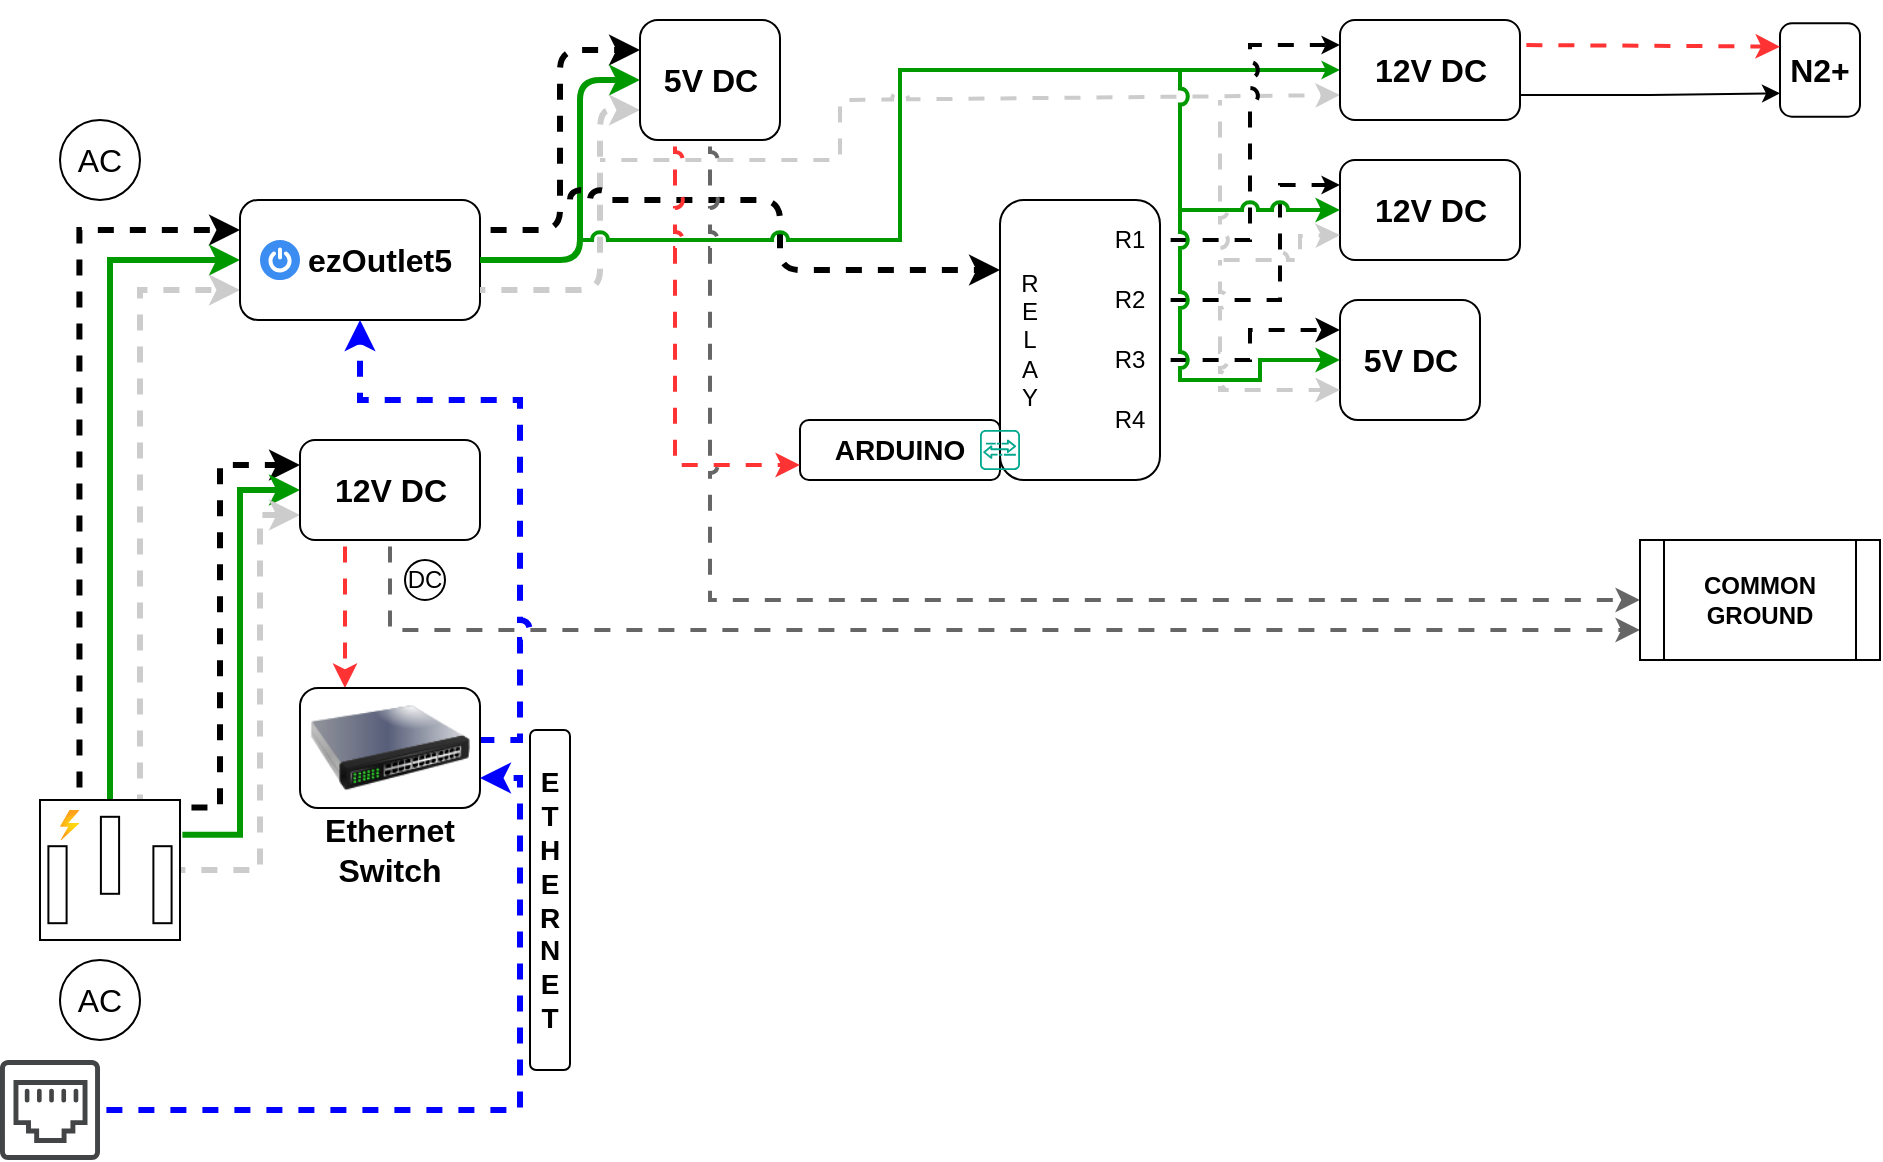
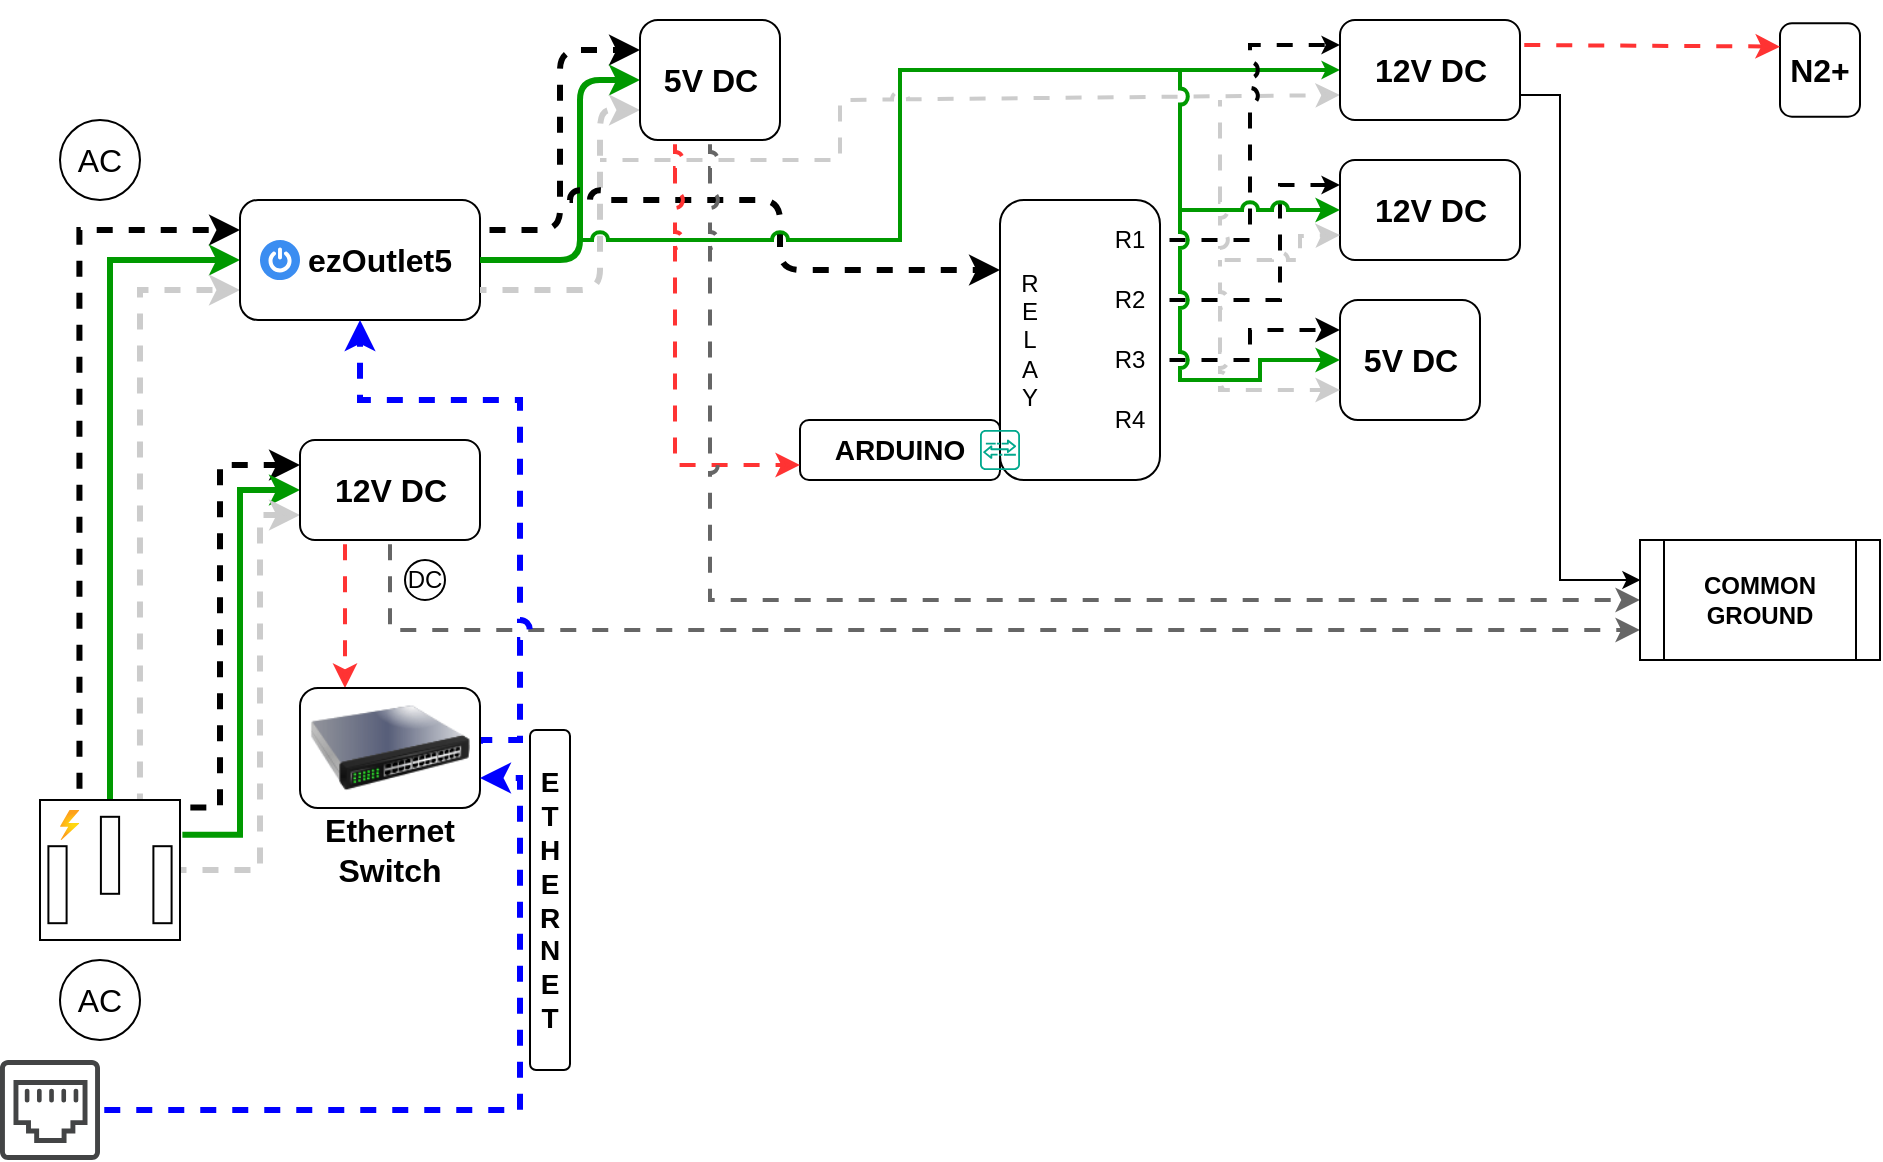
<mxfile host="app.diagrams.net" agent="Mozilla/5.0 (Windows NT 10.0; Win64; x64) AppleWebKit/537.36 (KHTML, like Gecko) Chrome/131.0.0.0 Safari/537.36 Edg/131.0.0.0" version="25.0.3">
  <diagram name="Page-1" id="VlRkN-xOVygPYa-iD9Ir">
-     <mxGraphModel dx="724" dy="454" grid="1" gridSize="10" guides="1" tooltips="1" connect="1" arrows="1" fold="1" page="1" pageScale="1" pageWidth="1600" pageHeight="900" background="none" math="0" shadow="0">
+     <mxGraphModel dx="241" dy="151" grid="1" gridSize="10" guides="1" tooltips="1" connect="1" arrows="1" fold="1" page="1" pageScale="1" pageWidth="1600" pageHeight="900" background="none" math="0" shadow="0">
      <root>
        <mxCell id="0" />
        <mxCell id="1" parent="0" />
        <mxCell id="JVLtuT8sySUBbFbLTn6r-3" style="edgeStyle=orthogonalEdgeStyle;rounded=0;orthogonalLoop=1;jettySize=auto;html=1;entryX=0;entryY=0.25;entryDx=0;entryDy=0;exitX=0.282;exitY=-0.013;exitDx=0;exitDy=0;exitPerimeter=0;strokeWidth=3;flowAnimation=1;flowAnimationDirection=alternate;flowAnimationTimingFunction=ease-in-out;flowAnimationDuration=1500;jumpStyle=arc;" parent="1" source="pD8juBFKP1GN8B8eYQTb-1" target="pD8juBFKP1GN8B8eYQTb-3" edge="1">
          <mxGeometry relative="1" as="geometry" />
        </mxCell>
        <mxCell id="JVLtuT8sySUBbFbLTn6r-4" style="edgeStyle=orthogonalEdgeStyle;rounded=0;orthogonalLoop=1;jettySize=auto;html=1;exitX=0.5;exitY=0;exitDx=0;exitDy=0;exitPerimeter=0;entryX=0;entryY=0.5;entryDx=0;entryDy=0;strokeColor=#009900;strokeWidth=3;jumpStyle=arc;" parent="1" source="pD8juBFKP1GN8B8eYQTb-1" target="pD8juBFKP1GN8B8eYQTb-3" edge="1">
          <mxGeometry relative="1" as="geometry" />
        </mxCell>
        <mxCell id="JVLtuT8sySUBbFbLTn6r-5" style="edgeStyle=orthogonalEdgeStyle;rounded=0;orthogonalLoop=1;jettySize=auto;html=1;entryX=0;entryY=0.75;entryDx=0;entryDy=0;exitX=0.714;exitY=0;exitDx=0;exitDy=0;exitPerimeter=0;strokeWidth=3;strokeColor=#CCCCCC;flowAnimation=1;flowAnimationDirection=alternate-reverse;flowAnimationTimingFunction=ease-in-out;flowAnimationDuration=1500;jumpStyle=arc;" parent="1" source="pD8juBFKP1GN8B8eYQTb-1" target="pD8juBFKP1GN8B8eYQTb-3" edge="1">
          <mxGeometry relative="1" as="geometry">
            <mxPoint x="120" y="320" as="targetPoint" />
          </mxGeometry>
        </mxCell>
        <mxCell id="JVLtuT8sySUBbFbLTn6r-6" style="edgeStyle=orthogonalEdgeStyle;rounded=0;orthogonalLoop=1;jettySize=auto;html=1;entryX=0;entryY=0.25;entryDx=0;entryDy=0;exitX=1.006;exitY=0.054;exitDx=0;exitDy=0;exitPerimeter=0;strokeWidth=3;flowAnimation=1;flowAnimationDirection=alternate;flowAnimationTimingFunction=ease-in-out;flowAnimationDuration=1500;jumpStyle=arc;" parent="1" source="pD8juBFKP1GN8B8eYQTb-1" target="pD8juBFKP1GN8B8eYQTb-24" edge="1">
          <mxGeometry relative="1" as="geometry">
            <Array as="points">
              <mxPoint x="120" y="404" />
              <mxPoint x="120" y="233" />
            </Array>
          </mxGeometry>
        </mxCell>
        <mxCell id="JVLtuT8sySUBbFbLTn6r-7" style="edgeStyle=orthogonalEdgeStyle;rounded=0;orthogonalLoop=1;jettySize=auto;html=1;entryX=0;entryY=0.5;entryDx=0;entryDy=0;exitX=1.017;exitY=0.249;exitDx=0;exitDy=0;exitPerimeter=0;strokeWidth=3;strokeColor=#009900;jumpStyle=arc;" parent="1" source="pD8juBFKP1GN8B8eYQTb-1" target="pD8juBFKP1GN8B8eYQTb-24" edge="1">
          <mxGeometry relative="1" as="geometry" />
        </mxCell>
        <mxCell id="JVLtuT8sySUBbFbLTn6r-8" style="edgeStyle=orthogonalEdgeStyle;rounded=0;orthogonalLoop=1;jettySize=auto;html=1;entryX=0;entryY=0.75;entryDx=0;entryDy=0;strokeColor=#CCCCCC;strokeWidth=3;flowAnimation=1;flowAnimationDirection=alternate-reverse;flowAnimationTimingFunction=ease-in-out;flowAnimationDuration=1500;jumpStyle=arc;" parent="1" source="pD8juBFKP1GN8B8eYQTb-1" target="pD8juBFKP1GN8B8eYQTb-24" edge="1">
          <mxGeometry relative="1" as="geometry">
            <Array as="points">
              <mxPoint x="140" y="435" />
              <mxPoint x="140" y="258" />
            </Array>
          </mxGeometry>
        </mxCell>
        <mxCell id="JVLtuT8sySUBbFbLTn6r-1" value="" style="group" parent="1" vertex="1" connectable="0">
          <mxGeometry x="30" y="480" width="60" height="40" as="geometry" />
        </mxCell>
        <mxCell id="pD8juBFKP1GN8B8eYQTb-22" value="AC" style="text;html=1;align=center;verticalAlign=middle;whiteSpace=wrap;rounded=0;fontSize=16;" parent="JVLtuT8sySUBbFbLTn6r-1" vertex="1">
          <mxGeometry y="5" width="60" height="30" as="geometry" />
        </mxCell>
        <mxCell id="pD8juBFKP1GN8B8eYQTb-23" value="" style="ellipse;whiteSpace=wrap;html=1;fillColor=none;" parent="JVLtuT8sySUBbFbLTn6r-1" vertex="1">
          <mxGeometry x="10" width="40" height="40" as="geometry" />
        </mxCell>
        <mxCell id="JVLtuT8sySUBbFbLTn6r-2" value="" style="group" parent="1" vertex="1" connectable="0">
          <mxGeometry x="30" y="60" width="60" height="40" as="geometry" />
        </mxCell>
        <mxCell id="pD8juBFKP1GN8B8eYQTb-9" value="" style="ellipse;whiteSpace=wrap;html=1;fillColor=none;" parent="JVLtuT8sySUBbFbLTn6r-2" vertex="1">
          <mxGeometry x="10" width="40" height="40" as="geometry" />
        </mxCell>
        <mxCell id="pD8juBFKP1GN8B8eYQTb-11" value="AC" style="text;html=1;align=center;verticalAlign=middle;whiteSpace=wrap;rounded=0;fontSize=16;" parent="JVLtuT8sySUBbFbLTn6r-2" vertex="1">
          <mxGeometry y="5" width="60" height="30" as="geometry" />
        </mxCell>
        <mxCell id="JVLtuT8sySUBbFbLTn6r-9" value="" style="group" parent="1" vertex="1" connectable="0">
          <mxGeometry x="130" y="100" width="120" height="60" as="geometry" />
        </mxCell>
        <mxCell id="JVLtuT8sySUBbFbLTn6r-16" value="" style="group" parent="JVLtuT8sySUBbFbLTn6r-9" vertex="1" connectable="0">
          <mxGeometry width="120" height="60" as="geometry" />
        </mxCell>
        <mxCell id="pD8juBFKP1GN8B8eYQTb-3" value="" style="rounded=1;whiteSpace=wrap;html=1;" parent="JVLtuT8sySUBbFbLTn6r-16" vertex="1">
          <mxGeometry width="120" height="60" as="geometry" />
        </mxCell>
        <mxCell id="JVLtuT8sySUBbFbLTn6r-13" value="" style="sketch=0;html=1;aspect=fixed;strokeColor=none;shadow=0;fillColor=#3B8DF1;verticalAlign=top;labelPosition=center;verticalLabelPosition=bottom;shape=mxgraph.gcp2.a7_power" parent="JVLtuT8sySUBbFbLTn6r-16" vertex="1">
          <mxGeometry x="10" y="20" width="20" height="20" as="geometry" />
        </mxCell>
        <mxCell id="pD8juBFKP1GN8B8eYQTb-15" value="&lt;b&gt;ezOutlet5&lt;/b&gt;" style="text;html=1;align=center;verticalAlign=middle;whiteSpace=wrap;rounded=0;fontSize=16;" parent="JVLtuT8sySUBbFbLTn6r-16" vertex="1">
          <mxGeometry x="40" y="10" width="60" height="40" as="geometry" />
        </mxCell>
        <mxCell id="JVLtuT8sySUBbFbLTn6r-11" value="" style="group" parent="1" vertex="1" connectable="0">
          <mxGeometry x="160" y="220" width="90" height="50" as="geometry" />
        </mxCell>
        <mxCell id="JVLtuT8sySUBbFbLTn6r-72" value="" style="group" parent="JVLtuT8sySUBbFbLTn6r-11" vertex="1" connectable="0">
          <mxGeometry width="90" height="50" as="geometry" />
        </mxCell>
        <mxCell id="pD8juBFKP1GN8B8eYQTb-24" value="" style="rounded=1;whiteSpace=wrap;html=1;" parent="JVLtuT8sySUBbFbLTn6r-72" vertex="1">
          <mxGeometry width="90" height="50" as="geometry" />
        </mxCell>
        <mxCell id="JVLtuT8sySUBbFbLTn6r-10" value="&lt;font style=&quot;font-size: 16px;&quot;&gt;&lt;b&gt;12V DC&lt;/b&gt;&lt;/font&gt;" style="text;html=1;align=center;verticalAlign=middle;whiteSpace=wrap;rounded=0;" parent="JVLtuT8sySUBbFbLTn6r-72" vertex="1">
          <mxGeometry x="15.75" y="10" width="58.5" height="30" as="geometry" />
        </mxCell>
        <mxCell id="JVLtuT8sySUBbFbLTn6r-18" value="" style="group" parent="1" vertex="1" connectable="0">
          <mxGeometry x="30" y="400" width="70" height="70" as="geometry" />
        </mxCell>
        <mxCell id="pD8juBFKP1GN8B8eYQTb-1" value="" style="pointerEvents=1;verticalLabelPosition=bottom;shadow=0;dashed=0;align=center;html=1;verticalAlign=top;shape=mxgraph.electrical.miscellaneous.ac_out" parent="JVLtuT8sySUBbFbLTn6r-18" vertex="1">
          <mxGeometry width="70" height="70" as="geometry" />
        </mxCell>
        <mxCell id="JVLtuT8sySUBbFbLTn6r-12" value="" style="image;aspect=fixed;html=1;points=[];align=center;fontSize=12;image=img/lib/azure2/general/Power.svg;" parent="JVLtuT8sySUBbFbLTn6r-18" vertex="1">
          <mxGeometry x="10" y="5" width="9.72" height="15" as="geometry" />
        </mxCell>
        <mxCell id="JVLtuT8sySUBbFbLTn6r-23" style="edgeStyle=orthogonalEdgeStyle;rounded=0;orthogonalLoop=1;jettySize=auto;html=1;entryX=0.25;entryY=0;entryDx=0;entryDy=0;exitX=0.25;exitY=1;exitDx=0;exitDy=0;strokeColor=#FF3333;strokeWidth=2;flowAnimation=1;jumpStyle=arc;" parent="1" source="pD8juBFKP1GN8B8eYQTb-24" target="JVLtuT8sySUBbFbLTn6r-19" edge="1">
          <mxGeometry relative="1" as="geometry" />
        </mxCell>
        <mxCell id="JVLtuT8sySUBbFbLTn6r-28" value="" style="group" parent="1" vertex="1" connectable="0">
          <mxGeometry x="210" y="280" width="25" height="20" as="geometry" />
        </mxCell>
        <mxCell id="JVLtuT8sySUBbFbLTn6r-26" value="" style="ellipse;whiteSpace=wrap;html=1;aspect=fixed;" parent="JVLtuT8sySUBbFbLTn6r-28" vertex="1">
          <mxGeometry x="2.5" width="20" height="20" as="geometry" />
        </mxCell>
        <mxCell id="JVLtuT8sySUBbFbLTn6r-27" value="&lt;font&gt;DC&lt;/font&gt;" style="text;html=1;align=center;verticalAlign=middle;whiteSpace=wrap;rounded=0;" parent="JVLtuT8sySUBbFbLTn6r-28" vertex="1">
          <mxGeometry y="2.5" width="25" height="15" as="geometry" />
        </mxCell>
        <mxCell id="JVLtuT8sySUBbFbLTn6r-29" style="edgeStyle=orthogonalEdgeStyle;rounded=0;orthogonalLoop=1;jettySize=auto;html=1;exitX=0.5;exitY=1;exitDx=0;exitDy=0;strokeWidth=2;flowAnimation=1;strokeColor=#666666;jumpStyle=arc;entryX=0;entryY=0.75;entryDx=0;entryDy=0;" parent="1" source="pD8juBFKP1GN8B8eYQTb-24" target="0aRQkGjj-KWWZOeJOGup-9" edge="1">
          <mxGeometry relative="1" as="geometry">
            <mxPoint x="810" y="370" as="targetPoint" />
          </mxGeometry>
        </mxCell>
        <mxCell id="JVLtuT8sySUBbFbLTn6r-30" style="edgeStyle=orthogonalEdgeStyle;rounded=0;orthogonalLoop=1;jettySize=auto;html=1;exitX=1;exitY=0.5;exitDx=0;exitDy=0;entryX=0.5;entryY=1;entryDx=0;entryDy=0;strokeColor=#0000FF;strokeWidth=3;flowAnimation=1;jumpStyle=arc;" parent="1" source="JVLtuT8sySUBbFbLTn6r-19" target="pD8juBFKP1GN8B8eYQTb-3" edge="1">
          <mxGeometry relative="1" as="geometry">
            <Array as="points">
              <mxPoint x="270" y="370" />
              <mxPoint x="270" y="200" />
              <mxPoint x="190" y="200" />
            </Array>
          </mxGeometry>
        </mxCell>
        <mxCell id="JVLtuT8sySUBbFbLTn6r-33" value="" style="rounded=1;whiteSpace=wrap;html=1;" parent="1" vertex="1">
          <mxGeometry x="510" y="100" width="80" height="140" as="geometry" />
        </mxCell>
        <mxCell id="JVLtuT8sySUBbFbLTn6r-35" style="edgeStyle=orthogonalEdgeStyle;rounded=1;orthogonalLoop=1;jettySize=auto;html=1;exitX=1;exitY=0.25;exitDx=0;exitDy=0;entryX=0;entryY=0.25;entryDx=0;entryDy=0;curved=0;strokeWidth=3;flowAnimation=1;flowAnimationDirection=alternate;flowAnimationTimingFunction=ease-in-out;flowAnimationDuration=1500;jumpStyle=arc;" parent="1" source="pD8juBFKP1GN8B8eYQTb-3" target="JVLtuT8sySUBbFbLTn6r-34" edge="1">
          <mxGeometry relative="1" as="geometry" />
        </mxCell>
        <mxCell id="JVLtuT8sySUBbFbLTn6r-36" style="edgeStyle=orthogonalEdgeStyle;rounded=1;orthogonalLoop=1;jettySize=auto;html=1;exitX=1;exitY=0.5;exitDx=0;exitDy=0;entryX=0;entryY=0.5;entryDx=0;entryDy=0;curved=0;strokeWidth=3;strokeColor=#009900;jumpStyle=arc;" parent="1" source="pD8juBFKP1GN8B8eYQTb-3" target="JVLtuT8sySUBbFbLTn6r-34" edge="1">
          <mxGeometry relative="1" as="geometry">
            <Array as="points">
              <mxPoint x="300" y="130" />
              <mxPoint x="300" y="40" />
            </Array>
          </mxGeometry>
        </mxCell>
        <mxCell id="JVLtuT8sySUBbFbLTn6r-37" style="edgeStyle=orthogonalEdgeStyle;rounded=1;orthogonalLoop=1;jettySize=auto;html=1;exitX=1;exitY=0.75;exitDx=0;exitDy=0;entryX=0;entryY=0.75;entryDx=0;entryDy=0;curved=0;strokeColor=#CCCCCC;strokeWidth=3;flowAnimation=1;flowAnimationDirection=alternate-reverse;flowAnimationTimingFunction=ease-in-out;flowAnimationDuration=1500;jumpStyle=arc;" parent="1" source="pD8juBFKP1GN8B8eYQTb-3" target="JVLtuT8sySUBbFbLTn6r-34" edge="1">
          <mxGeometry relative="1" as="geometry">
            <Array as="points">
              <mxPoint x="310" y="145" />
              <mxPoint x="310" y="55" />
            </Array>
          </mxGeometry>
        </mxCell>
        <mxCell id="JVLtuT8sySUBbFbLTn6r-40" value="" style="endArrow=classic;html=1;rounded=1;curved=0;entryX=0;entryY=0.25;entryDx=0;entryDy=0;jumpStyle=arc;strokeWidth=3;flowAnimation=1;flowAnimationDirection=alternate;flowAnimationTimingFunction=ease-in-out;flowAnimationDuration=1500;" parent="1" target="JVLtuT8sySUBbFbLTn6r-33" edge="1">
          <mxGeometry width="50" height="50" relative="1" as="geometry">
            <mxPoint x="290" y="100" as="sourcePoint" />
            <mxPoint x="410" y="170" as="targetPoint" />
            <Array as="points">
              <mxPoint x="400" y="100" />
              <mxPoint x="400" y="135" />
            </Array>
          </mxGeometry>
        </mxCell>
        <mxCell id="JVLtuT8sySUBbFbLTn6r-51" value="" style="group" parent="1" vertex="1" connectable="0">
          <mxGeometry x="160" y="344" width="90" height="96" as="geometry" />
        </mxCell>
        <mxCell id="JVLtuT8sySUBbFbLTn6r-21" value="" style="group" parent="JVLtuT8sySUBbFbLTn6r-51" vertex="1" connectable="0">
          <mxGeometry width="90" height="70" as="geometry" />
        </mxCell>
        <mxCell id="JVLtuT8sySUBbFbLTn6r-50" value="" style="group" parent="JVLtuT8sySUBbFbLTn6r-21" vertex="1" connectable="0">
          <mxGeometry width="90" height="70" as="geometry" />
        </mxCell>
        <mxCell id="JVLtuT8sySUBbFbLTn6r-19" value="" style="rounded=1;whiteSpace=wrap;html=1;" parent="JVLtuT8sySUBbFbLTn6r-50" vertex="1">
          <mxGeometry width="90" height="60" as="geometry" />
        </mxCell>
        <mxCell id="JVLtuT8sySUBbFbLTn6r-49" value="" style="image;html=1;image=img/lib/clip_art/networking/Switch_128x128.png" parent="JVLtuT8sySUBbFbLTn6r-50" vertex="1">
          <mxGeometry x="5" y="-10" width="80" height="80" as="geometry" />
        </mxCell>
        <mxCell id="JVLtuT8sySUBbFbLTn6r-20" value="&lt;b&gt;&lt;font style=&quot;font-size: 16px;&quot;&gt;Ethernet&lt;/font&gt;&lt;/b&gt;&lt;div&gt;&lt;b&gt;&lt;font style=&quot;font-size: 16px;&quot;&gt;Switch&lt;/font&gt;&lt;/b&gt;&lt;/div&gt;" style="text;html=1;align=center;verticalAlign=middle;whiteSpace=wrap;rounded=0;" parent="JVLtuT8sySUBbFbLTn6r-51" vertex="1">
          <mxGeometry x="15" y="66" width="60" height="30" as="geometry" />
        </mxCell>
        <mxCell id="JVLtuT8sySUBbFbLTn6r-53" value="" style="group" parent="1" vertex="1" connectable="0">
          <mxGeometry x="330" y="10" width="70" height="60" as="geometry" />
        </mxCell>
        <mxCell id="JVLtuT8sySUBbFbLTn6r-71" value="" style="group" parent="JVLtuT8sySUBbFbLTn6r-53" vertex="1" connectable="0">
          <mxGeometry width="70" height="60" as="geometry" />
        </mxCell>
        <mxCell id="JVLtuT8sySUBbFbLTn6r-34" value="" style="rounded=1;whiteSpace=wrap;html=1;" parent="JVLtuT8sySUBbFbLTn6r-71" vertex="1">
          <mxGeometry width="70" height="60" as="geometry" />
        </mxCell>
        <mxCell id="JVLtuT8sySUBbFbLTn6r-52" value="&lt;font style=&quot;font-size: 16px;&quot;&gt;&lt;b&gt;5&lt;/b&gt;&lt;/font&gt;&lt;b style=&quot;font-size: 16px; background-color: initial;&quot;&gt;V DC&lt;/b&gt;" style="text;html=1;align=center;verticalAlign=middle;whiteSpace=wrap;rounded=0;" parent="JVLtuT8sySUBbFbLTn6r-71" vertex="1">
          <mxGeometry x="5.75" y="15" width="58.5" height="30" as="geometry" />
        </mxCell>
        <mxCell id="JVLtuT8sySUBbFbLTn6r-54" value="" style="endArrow=classic;html=1;rounded=0;entryX=0;entryY=0.5;entryDx=0;entryDy=0;jumpStyle=arc;strokeColor=#009900;strokeWidth=2;endSize=3;" parent="1" target="JVLtuT8sySUBbFbLTn6r-74" edge="1">
          <mxGeometry width="50" height="50" relative="1" as="geometry">
            <mxPoint x="300" y="120" as="sourcePoint" />
            <mxPoint x="350" y="80" as="targetPoint" />
            <Array as="points">
              <mxPoint x="460" y="120" />
              <mxPoint x="460" y="35" />
            </Array>
          </mxGeometry>
        </mxCell>
        <mxCell id="JVLtuT8sySUBbFbLTn6r-55" value="" style="endArrow=classic;html=1;rounded=0;entryX=0;entryY=0.75;entryDx=0;entryDy=0;strokeColor=#CCCCCC;strokeWidth=2;jumpStyle=arc;flowAnimation=1;flowAnimationDirection=alternate-reverse;flowAnimationTimingFunction=ease-in-out;flowAnimationDuration=1500;" parent="1" target="JVLtuT8sySUBbFbLTn6r-74" edge="1">
          <mxGeometry width="50" height="50" relative="1" as="geometry">
            <mxPoint x="310" y="80" as="sourcePoint" />
            <mxPoint x="350" y="140" as="targetPoint" />
            <Array as="points">
              <mxPoint x="430" y="80" />
              <mxPoint x="430" y="50" />
              <mxPoint x="520" y="50" />
            </Array>
          </mxGeometry>
        </mxCell>
        <mxCell id="JVLtuT8sySUBbFbLTn6r-56" value="R&lt;div&gt;E&lt;/div&gt;&lt;div&gt;L&lt;/div&gt;&lt;div&gt;A&lt;/div&gt;&lt;div&gt;Y&lt;/div&gt;" style="text;html=1;align=center;verticalAlign=middle;whiteSpace=wrap;rounded=0;" parent="1" vertex="1">
          <mxGeometry x="510" y="135" width="30" height="70" as="geometry" />
        </mxCell>
        <mxCell id="JVLtuT8sySUBbFbLTn6r-79" style="edgeStyle=orthogonalEdgeStyle;rounded=0;orthogonalLoop=1;jettySize=auto;html=1;exitX=1;exitY=0.5;exitDx=0;exitDy=0;entryX=0;entryY=0.25;entryDx=0;entryDy=0;strokeWidth=2;flowAnimation=1;flowAnimationDirection=alternate;flowAnimationTimingFunction=ease-in-out;flowAnimationDuration=1500;jumpStyle=arc;endSize=3;" parent="1" source="JVLtuT8sySUBbFbLTn6r-57" target="JVLtuT8sySUBbFbLTn6r-74" edge="1">
          <mxGeometry relative="1" as="geometry" />
        </mxCell>
        <mxCell id="JVLtuT8sySUBbFbLTn6r-57" value="R1" style="text;html=1;align=center;verticalAlign=middle;whiteSpace=wrap;rounded=0;" parent="1" vertex="1">
          <mxGeometry x="560" y="105" width="30" height="30" as="geometry" />
        </mxCell>
        <mxCell id="JVLtuT8sySUBbFbLTn6r-80" style="edgeStyle=orthogonalEdgeStyle;rounded=0;orthogonalLoop=1;jettySize=auto;html=1;exitX=1;exitY=0.5;exitDx=0;exitDy=0;entryX=0;entryY=0.25;entryDx=0;entryDy=0;strokeWidth=2;flowAnimation=1;flowAnimationDirection=alternate;flowAnimationTimingFunction=ease-in-out;flowAnimationDuration=1500;endSize=3;jumpStyle=arc;" parent="1" source="JVLtuT8sySUBbFbLTn6r-58" target="JVLtuT8sySUBbFbLTn6r-77" edge="1">
          <mxGeometry relative="1" as="geometry">
            <Array as="points">
              <mxPoint x="650" y="150" />
              <mxPoint x="650" y="93" />
            </Array>
          </mxGeometry>
        </mxCell>
        <mxCell id="JVLtuT8sySUBbFbLTn6r-58" value="R2" style="text;html=1;align=center;verticalAlign=middle;whiteSpace=wrap;rounded=0;" parent="1" vertex="1">
          <mxGeometry x="560" y="135" width="30" height="30" as="geometry" />
        </mxCell>
        <mxCell id="JVLtuT8sySUBbFbLTn6r-81" style="edgeStyle=orthogonalEdgeStyle;rounded=0;orthogonalLoop=1;jettySize=auto;html=1;exitX=1;exitY=0.5;exitDx=0;exitDy=0;entryX=0;entryY=0.25;entryDx=0;entryDy=0;strokeWidth=2;flowAnimation=1;flowAnimationDirection=alternate;flowAnimationTimingFunction=ease-in-out;flowAnimationDuration=1500;jumpStyle=arc;" parent="1" source="JVLtuT8sySUBbFbLTn6r-59" target="JVLtuT8sySUBbFbLTn6r-63" edge="1">
          <mxGeometry relative="1" as="geometry" />
        </mxCell>
        <mxCell id="JVLtuT8sySUBbFbLTn6r-59" value="R3" style="text;html=1;align=center;verticalAlign=middle;whiteSpace=wrap;rounded=0;" parent="1" vertex="1">
          <mxGeometry x="560" y="165" width="30" height="30" as="geometry" />
        </mxCell>
        <mxCell id="JVLtuT8sySUBbFbLTn6r-60" value="R4" style="text;html=1;align=center;verticalAlign=middle;whiteSpace=wrap;rounded=0;" parent="1" vertex="1">
          <mxGeometry x="560" y="195" width="30" height="30" as="geometry" />
        </mxCell>
        <mxCell id="JVLtuT8sySUBbFbLTn6r-67" value="" style="group" parent="1" vertex="1" connectable="0">
          <mxGeometry x="680" y="150" width="70" height="60" as="geometry" />
        </mxCell>
        <mxCell id="JVLtuT8sySUBbFbLTn6r-63" value="" style="rounded=1;whiteSpace=wrap;html=1;" parent="JVLtuT8sySUBbFbLTn6r-67" vertex="1">
          <mxGeometry width="70" height="60" as="geometry" />
        </mxCell>
        <mxCell id="JVLtuT8sySUBbFbLTn6r-62" value="" style="group" parent="JVLtuT8sySUBbFbLTn6r-67" vertex="1" connectable="0">
          <mxGeometry width="70" height="60" as="geometry" />
        </mxCell>
        <mxCell id="JVLtuT8sySUBbFbLTn6r-64" value="&lt;font style=&quot;font-size: 16px;&quot;&gt;&lt;b&gt;5&lt;/b&gt;&lt;/font&gt;&lt;b style=&quot;font-size: 16px; background-color: initial;&quot;&gt;V DC&lt;/b&gt;" style="text;html=1;align=center;verticalAlign=middle;whiteSpace=wrap;rounded=0;" parent="JVLtuT8sySUBbFbLTn6r-62" vertex="1">
          <mxGeometry x="5.75" y="15" width="58.5" height="30" as="geometry" />
        </mxCell>
        <mxCell id="JVLtuT8sySUBbFbLTn6r-73" value="" style="group" parent="1" vertex="1" connectable="0">
          <mxGeometry x="680" y="10" width="90" height="50" as="geometry" />
        </mxCell>
        <mxCell id="JVLtuT8sySUBbFbLTn6r-74" value="" style="rounded=1;whiteSpace=wrap;html=1;" parent="JVLtuT8sySUBbFbLTn6r-73" vertex="1">
          <mxGeometry width="90" height="50" as="geometry" />
        </mxCell>
        <mxCell id="JVLtuT8sySUBbFbLTn6r-75" value="&lt;font style=&quot;font-size: 16px;&quot;&gt;&lt;b&gt;12V DC&lt;/b&gt;&lt;/font&gt;" style="text;html=1;align=center;verticalAlign=middle;whiteSpace=wrap;rounded=0;" parent="JVLtuT8sySUBbFbLTn6r-73" vertex="1">
          <mxGeometry x="15.75" y="10" width="58.5" height="30" as="geometry" />
        </mxCell>
        <mxCell id="JVLtuT8sySUBbFbLTn6r-76" value="" style="group" parent="1" vertex="1" connectable="0">
          <mxGeometry x="680" y="80" width="90" height="50" as="geometry" />
        </mxCell>
        <mxCell id="JVLtuT8sySUBbFbLTn6r-77" value="" style="rounded=1;whiteSpace=wrap;html=1;" parent="JVLtuT8sySUBbFbLTn6r-76" vertex="1">
          <mxGeometry width="90" height="50" as="geometry" />
        </mxCell>
        <mxCell id="JVLtuT8sySUBbFbLTn6r-78" value="&lt;font style=&quot;font-size: 16px;&quot;&gt;&lt;b&gt;12V DC&lt;/b&gt;&lt;/font&gt;" style="text;html=1;align=center;verticalAlign=middle;whiteSpace=wrap;rounded=0;" parent="JVLtuT8sySUBbFbLTn6r-76" vertex="1">
          <mxGeometry x="15.75" y="10" width="58.5" height="30" as="geometry" />
        </mxCell>
        <mxCell id="JVLtuT8sySUBbFbLTn6r-82" value="" style="endArrow=classic;html=1;rounded=0;entryX=0;entryY=0.5;entryDx=0;entryDy=0;jumpStyle=arc;strokeColor=#009900;strokeWidth=2;" parent="1" target="JVLtuT8sySUBbFbLTn6r-77" edge="1">
          <mxGeometry width="50" height="50" relative="1" as="geometry">
            <mxPoint x="600" y="35" as="sourcePoint" />
            <mxPoint x="660" y="105" as="targetPoint" />
            <Array as="points">
              <mxPoint x="600" y="105" />
            </Array>
          </mxGeometry>
        </mxCell>
        <mxCell id="JVLtuT8sySUBbFbLTn6r-83" value="" style="endArrow=classic;html=1;rounded=0;entryX=0;entryY=0.75;entryDx=0;entryDy=0;strokeWidth=2;strokeColor=#CCCCCC;flowAnimation=1;flowAnimationTimingFunction=ease-in-out;flowAnimationDirection=alternate-reverse;jumpStyle=arc;flowAnimationDuration=1500;" parent="1" target="JVLtuT8sySUBbFbLTn6r-77" edge="1">
          <mxGeometry width="50" height="50" relative="1" as="geometry">
            <mxPoint x="620" y="50" as="sourcePoint" />
            <mxPoint x="480" y="40" as="targetPoint" />
            <Array as="points">
              <mxPoint x="620" y="130" />
              <mxPoint x="660" y="130" />
              <mxPoint x="660" y="118" />
            </Array>
          </mxGeometry>
        </mxCell>
        <mxCell id="JVLtuT8sySUBbFbLTn6r-88" value="" style="endArrow=classic;html=1;rounded=0;entryX=0;entryY=0.5;entryDx=0;entryDy=0;strokeColor=#009900;strokeWidth=2;jumpStyle=arc;" parent="1" target="JVLtuT8sySUBbFbLTn6r-63" edge="1">
          <mxGeometry width="50" height="50" relative="1" as="geometry">
            <mxPoint x="600" y="100" as="sourcePoint" />
            <mxPoint x="600" y="140" as="targetPoint" />
            <Array as="points">
              <mxPoint x="600" y="190" />
              <mxPoint x="640" y="190" />
              <mxPoint x="640" y="180" />
            </Array>
          </mxGeometry>
        </mxCell>
        <mxCell id="JVLtuT8sySUBbFbLTn6r-89" value="" style="endArrow=classic;html=1;rounded=0;entryX=0;entryY=0.75;entryDx=0;entryDy=0;strokeWidth=2;strokeColor=#CCCCCC;flowAnimation=1;jumpStyle=arc;flowAnimationTimingFunction=ease-in-out;flowAnimationDirection=alternate-reverse;flowAnimationDuration=1500;" parent="1" target="JVLtuT8sySUBbFbLTn6r-63" edge="1">
          <mxGeometry width="50" height="50" relative="1" as="geometry">
            <mxPoint x="620" y="130" as="sourcePoint" />
            <mxPoint x="600" y="100" as="targetPoint" />
            <Array as="points">
              <mxPoint x="620" y="195" />
            </Array>
          </mxGeometry>
        </mxCell>
        <mxCell id="JVLtuT8sySUBbFbLTn6r-90" value="&lt;b&gt;&lt;font style=&quot;font-size: 14px;&quot;&gt;ARDUINO&lt;/font&gt;&lt;/b&gt;" style="rounded=1;whiteSpace=wrap;html=1;" parent="1" vertex="1">
          <mxGeometry x="410" y="210" width="100" height="30" as="geometry" />
        </mxCell>
        <mxCell id="JVLtuT8sySUBbFbLTn6r-91" style="edgeStyle=orthogonalEdgeStyle;rounded=0;orthogonalLoop=1;jettySize=auto;html=1;exitX=0.25;exitY=1;exitDx=0;exitDy=0;entryX=0;entryY=0.75;entryDx=0;entryDy=0;strokeWidth=2;flowAnimation=1;strokeColor=#FF3333;jumpStyle=arc;" parent="1" source="JVLtuT8sySUBbFbLTn6r-34" target="JVLtuT8sySUBbFbLTn6r-90" edge="1">
          <mxGeometry relative="1" as="geometry" />
        </mxCell>
        <mxCell id="JVLtuT8sySUBbFbLTn6r-92" style="edgeStyle=orthogonalEdgeStyle;rounded=0;orthogonalLoop=1;jettySize=auto;html=1;exitX=0.5;exitY=1;exitDx=0;exitDy=0;entryX=0;entryY=0.5;entryDx=0;entryDy=0;strokeWidth=2;flowAnimation=1;strokeColor=#666666;jumpStyle=arc;" parent="1" source="JVLtuT8sySUBbFbLTn6r-34" target="0aRQkGjj-KWWZOeJOGup-9" edge="1">
          <mxGeometry relative="1" as="geometry" />
        </mxCell>
        <mxCell id="JVLtuT8sySUBbFbLTn6r-93" value="" style="sketch=0;outlineConnect=0;fontColor=#232F3E;gradientColor=none;fillColor=#01A88D;strokeColor=none;dashed=0;verticalLabelPosition=bottom;verticalAlign=top;align=center;html=1;fontSize=12;fontStyle=0;aspect=fixed;shape=mxgraph.aws4.agent2;" parent="1" vertex="1">
          <mxGeometry x="500" y="215" width="20" height="20" as="geometry" />
        </mxCell>
        <mxCell id="0aRQkGjj-KWWZOeJOGup-1" value="" style="endArrow=classic;html=1;rounded=0;entryX=1;entryY=0.75;entryDx=0;entryDy=0;strokeWidth=3;strokeColor=#0000FF;flowAnimation=1;jumpStyle=arc;" edge="1" parent="1" source="0aRQkGjj-KWWZOeJOGup-3" target="JVLtuT8sySUBbFbLTn6r-19">
          <mxGeometry width="50" height="50" relative="1" as="geometry">
            <mxPoint x="40" y="560" as="sourcePoint" />
            <mxPoint x="560" y="420" as="targetPoint" />
            <Array as="points">
              <mxPoint x="270" y="555" />
              <mxPoint x="270" y="389" />
            </Array>
          </mxGeometry>
        </mxCell>
        <mxCell id="0aRQkGjj-KWWZOeJOGup-2" value="" style="group" vertex="1" connectable="0" parent="1">
          <mxGeometry x="270" y="365" width="30" height="170" as="geometry" />
        </mxCell>
        <mxCell id="JVLtuT8sySUBbFbLTn6r-31" value="" style="rounded=1;whiteSpace=wrap;html=1;" parent="0aRQkGjj-KWWZOeJOGup-2" vertex="1">
          <mxGeometry x="5" width="20" height="170" as="geometry" />
        </mxCell>
        <mxCell id="JVLtuT8sySUBbFbLTn6r-32" value="&lt;b&gt;&lt;font style=&quot;font-size: 14px;&quot;&gt;E&lt;/font&gt;&lt;/b&gt;&lt;div&gt;&lt;b&gt;&lt;font style=&quot;font-size: 14px;&quot;&gt;T&lt;/font&gt;&lt;/b&gt;&lt;/div&gt;&lt;div&gt;&lt;b&gt;&lt;font style=&quot;font-size: 14px;&quot;&gt;H&lt;/font&gt;&lt;/b&gt;&lt;/div&gt;&lt;div&gt;&lt;b&gt;&lt;font style=&quot;font-size: 14px;&quot;&gt;E&lt;/font&gt;&lt;/b&gt;&lt;/div&gt;&lt;div&gt;&lt;b&gt;&lt;font style=&quot;font-size: 14px;&quot;&gt;R&lt;/font&gt;&lt;/b&gt;&lt;/div&gt;&lt;div&gt;&lt;b&gt;&lt;font style=&quot;font-size: 14px;&quot;&gt;N&lt;/font&gt;&lt;/b&gt;&lt;/div&gt;&lt;div&gt;&lt;b&gt;&lt;font style=&quot;font-size: 14px;&quot;&gt;E&lt;/font&gt;&lt;/b&gt;&lt;/div&gt;&lt;div&gt;&lt;b&gt;&lt;font style=&quot;font-size: 14px;&quot;&gt;T&lt;/font&gt;&lt;/b&gt;&lt;/div&gt;" style="text;html=1;align=center;verticalAlign=middle;whiteSpace=wrap;rounded=0;" parent="0aRQkGjj-KWWZOeJOGup-2" vertex="1">
          <mxGeometry y="10" width="30" height="150" as="geometry" />
        </mxCell>
        <mxCell id="0aRQkGjj-KWWZOeJOGup-3" value="" style="sketch=0;pointerEvents=1;shadow=0;dashed=0;html=1;strokeColor=none;fillColor=#434445;aspect=fixed;labelPosition=center;verticalLabelPosition=bottom;verticalAlign=top;align=center;outlineConnect=0;shape=mxgraph.vvd.ethernet_port;" vertex="1" parent="1">
          <mxGeometry x="10" y="530" width="50" height="50" as="geometry" />
        </mxCell>
        <mxCell id="0aRQkGjj-KWWZOeJOGup-6" value="" style="group" vertex="1" connectable="0" parent="1">
          <mxGeometry x="890" width="60" height="70" as="geometry" />
        </mxCell>
        <mxCell id="0aRQkGjj-KWWZOeJOGup-4" value="" style="rounded=1;whiteSpace=wrap;html=1;" vertex="1" parent="0aRQkGjj-KWWZOeJOGup-6">
          <mxGeometry x="10" y="11.666666666666668" width="40" height="46.66666666666667" as="geometry" />
        </mxCell>
        <mxCell id="0aRQkGjj-KWWZOeJOGup-5" value="&lt;b&gt;&lt;font style=&quot;font-size: 16px;&quot;&gt;N2+&lt;/font&gt;&lt;/b&gt;" style="text;html=1;align=center;verticalAlign=middle;whiteSpace=wrap;rounded=0;" vertex="1" parent="0aRQkGjj-KWWZOeJOGup-6">
          <mxGeometry x="10" y="11.666666666666668" width="40" height="46.66666666666667" as="geometry" />
        </mxCell>
        <mxCell id="0aRQkGjj-KWWZOeJOGup-7" style="edgeStyle=orthogonalEdgeStyle;rounded=0;orthogonalLoop=1;jettySize=auto;html=1;exitX=1;exitY=0.25;exitDx=0;exitDy=0;entryX=0;entryY=0.25;entryDx=0;entryDy=0;strokeWidth=2;jumpStyle=arc;flowAnimation=1;strokeColor=#FF3333;" edge="1" parent="1" source="JVLtuT8sySUBbFbLTn6r-74" target="0aRQkGjj-KWWZOeJOGup-5">
          <mxGeometry relative="1" as="geometry" />
        </mxCell>
-         <mxCell id="0aRQkGjj-KWWZOeJOGup-8" style="edgeStyle=orthogonalEdgeStyle;rounded=0;orthogonalLoop=1;jettySize=auto;html=1;exitX=1;exitY=0.75;exitDx=0;exitDy=0;entryX=0;entryY=0.75;entryDx=0;entryDy=0;" edge="1" parent="1" source="JVLtuT8sySUBbFbLTn6r-74" target="0aRQkGjj-KWWZOeJOGup-5">
-           <mxGeometry relative="1" as="geometry" />
+         <mxCell id="0aRQkGjj-KWWZOeJOGup-8" style="edgeStyle=orthogonalEdgeStyle;rounded=0;orthogonalLoop=1;jettySize=auto;html=1;exitX=1;exitY=0.75;exitDx=0;exitDy=0;entryX=0.002;entryY=0.319;entryDx=0;entryDy=0;entryPerimeter=0;" edge="1" parent="1" source="JVLtuT8sySUBbFbLTn6r-74" target="0aRQkGjj-KWWZOeJOGup-9">
+           <mxGeometry relative="1" as="geometry">
+             <Array as="points">
+               <mxPoint x="790" y="48" />
+               <mxPoint x="790" y="290" />
+               <mxPoint x="830" y="290" />
+             </Array>
+           </mxGeometry>
        </mxCell>
        <mxCell id="0aRQkGjj-KWWZOeJOGup-11" value="" style="group" vertex="1" connectable="0" parent="1">
          <mxGeometry x="830" y="270" width="120" height="60" as="geometry" />
        </mxCell>
        <mxCell id="0aRQkGjj-KWWZOeJOGup-9" value="" style="shape=process;whiteSpace=wrap;html=1;backgroundOutline=1;" vertex="1" parent="0aRQkGjj-KWWZOeJOGup-11">
          <mxGeometry width="120" height="60" as="geometry" />
        </mxCell>
        <mxCell id="0aRQkGjj-KWWZOeJOGup-10" value="&lt;b&gt;COMMON&lt;/b&gt;&lt;div&gt;&lt;b&gt;GROUND&lt;/b&gt;&lt;/div&gt;" style="text;html=1;align=center;verticalAlign=middle;whiteSpace=wrap;rounded=0;" vertex="1" parent="0aRQkGjj-KWWZOeJOGup-11">
          <mxGeometry x="30" y="15" width="60" height="30" as="geometry" />
        </mxCell>
      </root>
    </mxGraphModel>
  </diagram>
</mxfile>
